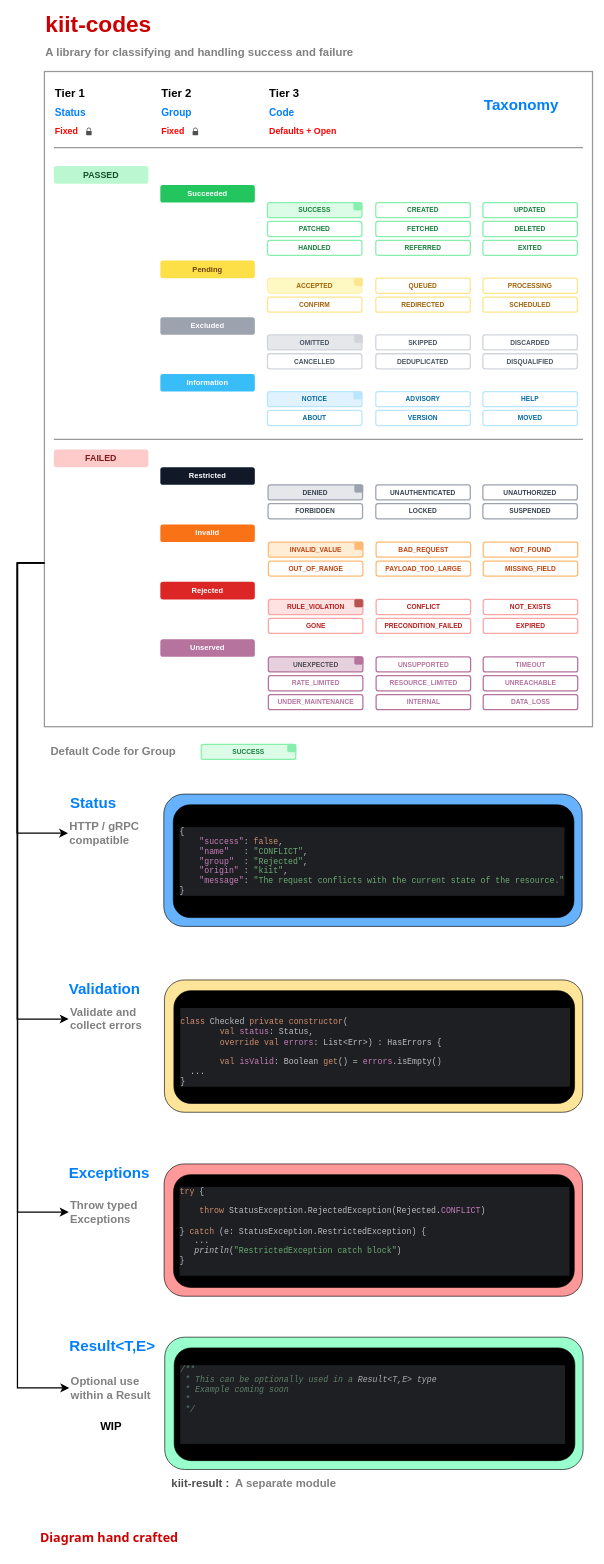
Earlier version of the draw.io diagram assets/kiit-codes.drawio (slatekit/kiit-codes). Source tidied: cells renumbered, new cells numbered last; positions are measured from the earlier drawing's top-left corner, leaving out a move shared by most shapes. Both pictures are drawn from the tidied source at 63%, with x=0, y=0 at pixel (17, 14).
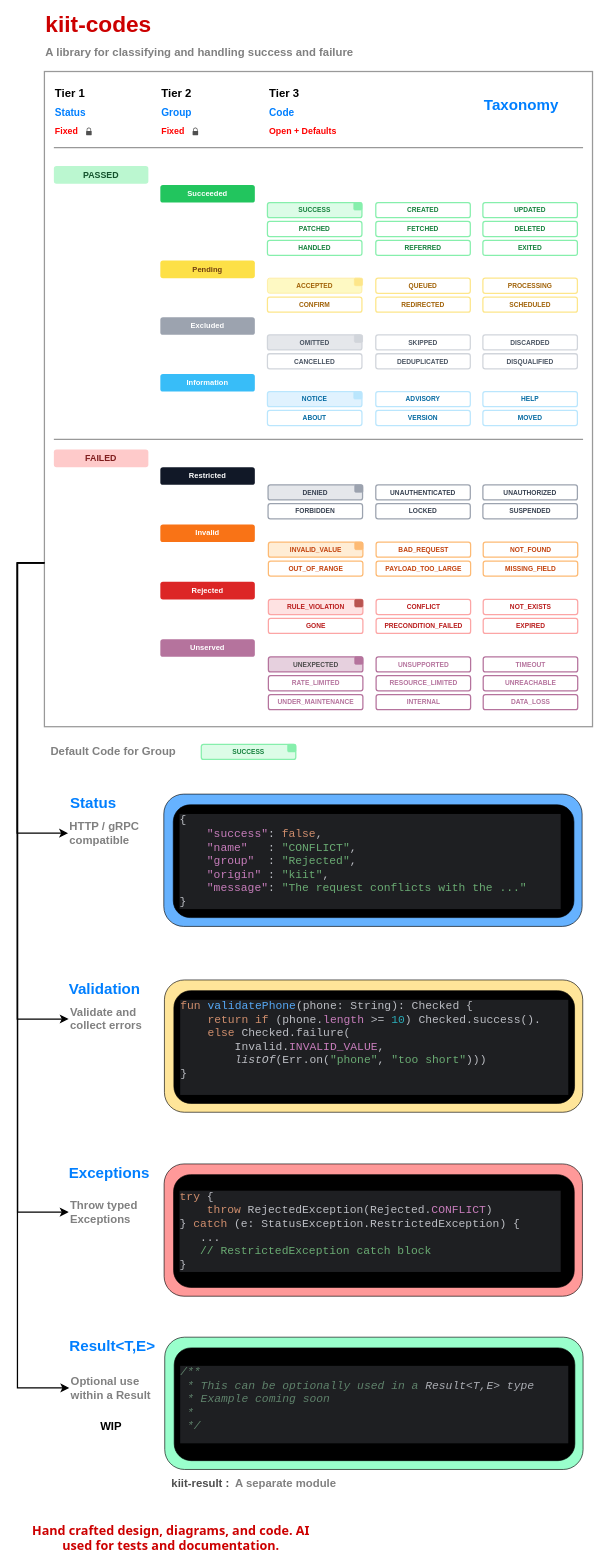
The same page after the edit.

Unchanged cells that the change refers to:
```xml
<mxCell id="83" style="group;" parent="1" vertex="1">
  <mxGeometry x="232.5" y="1237" width="664" height="210" as="geometry" />
</mxCell>
<mxCell id="88" style="group;" parent="1" vertex="1">
  <mxGeometry x="233.5" y="1532" width="664" height="210" as="geometry" />
</mxCell>
<mxCell id="93" style="group;" parent="1" vertex="1">
  <mxGeometry x="233" y="1824" width="664" height="210" as="geometry" />
</mxCell>
<mxCell id="101" style="group;" parent="1" vertex="1">
  <mxGeometry x="234" y="2099" width="664" height="210" as="geometry" />
</mxCell>
```

The edit, as a diff of the source:
```diff
@@
-    <mxCell id="75" value="&lt;font color=&quot;#ff0000&quot;&gt;&lt;span style=&quot;font-size: 14px;&quot;&gt;&lt;b&gt;Defaults + Open&lt;/b&gt;&lt;/span&gt;&lt;/font&gt;" style="text;html=1;whiteSpace=wrap;strokeColor=none;fillColor=none;align=left;verticalAlign=middle;rounded=0;" parent="1" vertex="1">
+    <mxCell id="75" value="&lt;font color=&quot;#ff0000&quot;&gt;&lt;span style=&quot;font-size: 14px;&quot;&gt;&lt;b&gt;Open + Defaults&lt;/b&gt;&lt;/span&gt;&lt;/font&gt;" style="text;html=1;whiteSpace=wrap;strokeColor=none;fillColor=none;align=left;verticalAlign=middle;rounded=0;" parent="1" vertex="1">
       <mxGeometry x="398" y="170" width="160" height="30" as="geometry" />
     </mxCell>
@@
-    <mxCell id="85" value="&lt;div style=&quot;background-color: rgb(30, 31, 34); color: rgb(188, 190, 196);&quot;&gt;&lt;pre style=&quot;font-family:'JetBrains Mono',monospace;font-size:9.8pt;&quot;&gt;&lt;div&gt;&lt;pre style=&quot;font-family:'JetBrains Mono',monospace;font-size:9.8pt;&quot;&gt;{&lt;br&gt;    &lt;span style=&quot;color:#c77dbb;&quot;&gt;&quot;success&quot;&lt;/span&gt;: &lt;span style=&quot;color:#cf8e6d;&quot;&gt;false&lt;/span&gt;,&lt;br&gt;    &lt;span style=&quot;color:#c77dbb;&quot;&gt;&quot;name&quot;   &lt;/span&gt;: &lt;span style=&quot;color:#6aab73;&quot;&gt;&quot;CONFLICT&quot;&lt;/span&gt;,&lt;br&gt;    &lt;span style=&quot;color:#c77dbb;&quot;&gt;&quot;group&quot;  &lt;/span&gt;: &lt;span style=&quot;color:#6aab73;&quot;&gt;&quot;Rejected&quot;&lt;/span&gt;,&lt;br&gt;    &lt;span style=&quot;color:#c77dbb;&quot;&gt;&quot;origin&quot; &lt;/span&gt;: &lt;span style=&quot;color:#6aab73;&quot;&gt;&quot;kiit&quot;&lt;/span&gt;,&lt;br&gt;    &lt;span style=&quot;color:#c77dbb;&quot;&gt;&quot;message&quot;&lt;/span&gt;: &lt;span style=&quot;color:#6aab73;&quot;&gt;&quot;The request conflicts with the current state of the resource.&quot;&lt;br&gt;&lt;/span&gt;}&lt;/pre&gt;&lt;/div&gt;&lt;/pre&gt;&lt;/div&gt;" style="rounded=1;whiteSpace=wrap;html=1;fillColor=#000000;fontColor=#FFFFFF;align=left;spacingTop=0;spacingLeft=0;spacingRight=0;spacingBottom=0;spacing=10;" parent="83" vertex="1">
+    <mxCell id="85" value="&lt;div style=&quot;background-color: rgb(30, 31, 34); color: rgb(188, 190, 196);&quot;&gt;&lt;pre style=&quot;font-family: &amp;quot;JetBrains Mono&amp;quot;, monospace;&quot;&gt;&lt;div style=&quot;&quot;&gt;&lt;pre style=&quot;font-family: &amp;quot;JetBrains Mono&amp;quot;, monospace;&quot;&gt;&lt;font style=&quot;font-size: 18px;&quot;&gt;{&lt;br&gt;    &lt;span style=&quot;color: rgb(199, 125, 187);&quot;&gt;&quot;success&quot;&lt;/span&gt;: &lt;span style=&quot;color: rgb(207, 142, 109);&quot;&gt;false&lt;/span&gt;,&lt;br&gt;    &lt;span style=&quot;color: rgb(199, 125, 187);&quot;&gt;&quot;name&quot;   &lt;/span&gt;: &lt;span style=&quot;color: rgb(106, 171, 115);&quot;&gt;&quot;CONFLICT&quot;&lt;/span&gt;,&lt;br&gt;    &lt;span style=&quot;color: rgb(199, 125, 187);&quot;&gt;&quot;group&quot;  &lt;/span&gt;: &lt;span style=&quot;color: rgb(106, 171, 115);&quot;&gt;&quot;Rejected&quot;&lt;/span&gt;,&lt;br&gt;    &lt;span style=&quot;color: rgb(199, 125, 187);&quot;&gt;&quot;origin&quot; &lt;/span&gt;: &lt;span style=&quot;color: rgb(106, 171, 115);&quot;&gt;&quot;kiit&quot;&lt;/span&gt;,&lt;br&gt;    &lt;span style=&quot;color: rgb(199, 125, 187);&quot;&gt;&quot;message&quot;&lt;/span&gt;: &lt;span style=&quot;color: rgb(106, 171, 115);&quot;&gt;&quot;The request conflicts with the ...&quot;     &lt;br&gt;&lt;/span&gt;}&lt;/font&gt;&lt;/pre&gt;&lt;/div&gt;&lt;/pre&gt;&lt;/div&gt;" style="rounded=1;whiteSpace=wrap;html=1;fillColor=#000000;fontColor=#FFFFFF;align=left;spacingTop=0;spacingLeft=0;spacingRight=0;spacingBottom=0;spacing=10;" parent="83" vertex="1">
       <mxGeometry x="15" y="17" width="636" height="179" as="geometry" />
     </mxCell>
@@
-    <mxCell id="90" value="&lt;div style=&quot;background-color: rgb(30, 31, 34); color: rgb(188, 190, 196);&quot;&gt;&lt;pre style=&quot;font-family:'JetBrains Mono',monospace;font-size:9.8pt;&quot;&gt;&lt;pre style=&quot;font-family:'JetBrains Mono',monospace;font-size:9.8pt;&quot;&gt;&lt;div&gt;&lt;pre style=&quot;font-family:'JetBrains Mono',monospace;font-size:9.8pt;&quot;&gt;&lt;span style=&quot;color: rgb(207, 142, 109);&quot;&gt;&lt;br&gt;class &lt;/span&gt;Checked &lt;span style=&quot;color: rgb(207, 142, 109);&quot;&gt;private constructor&lt;/span&gt;(&lt;br&gt;&lt;span style=&quot;color: rgb(207, 142, 109);&quot;&gt;&lt;span style=&quot;white-space: pre;&quot;&gt;&#9;&lt;/span&gt;val &lt;/span&gt;&lt;span style=&quot;color: rgb(199, 125, 187);&quot;&gt;status&lt;/span&gt;: Status, &lt;br&gt;&lt;span style=&quot;color: rgb(207, 142, 109);&quot;&gt;&lt;span style=&quot;white-space: pre;&quot;&gt;&#9;&lt;/span&gt;override val &lt;/span&gt;&lt;span style=&quot;color: rgb(199, 125, 187);&quot;&gt;errors&lt;/span&gt;: List&amp;lt;Err&amp;gt;) : HasErrors {                          &lt;br&gt;    &lt;br&gt;&lt;span style=&quot;color: rgb(207, 142, 109);&quot;&gt;&lt;span style=&quot;white-space: pre;&quot;&gt;&#9;&lt;/span&gt;val &lt;/span&gt;&lt;span style=&quot;color: rgb(199, 125, 187);&quot;&gt;isValid&lt;/span&gt;: Boolean &lt;span style=&quot;color: rgb(207, 142, 109);&quot;&gt;get&lt;/span&gt;() = &lt;span style=&quot;color: rgb(199, 125, 187);&quot;&gt;errors&lt;/span&gt;.isEmpty()&lt;br&gt;  ...&lt;br&gt;}&lt;/pre&gt;&lt;/div&gt;&lt;/pre&gt;&lt;/pre&gt;&lt;/div&gt;" style="rounded=1;whiteSpace=wrap;html=1;fillColor=#000000;fontColor=#FFFFFF;align=left;spacingTop=0;spacingLeft=0;spacingRight=0;spacingBottom=0;spacing=10;" parent="88" vertex="1">
+    <mxCell id="90" value="&lt;div style=&quot;background-color: rgb(30, 31, 34); color: rgb(188, 190, 196);&quot;&gt;&lt;pre style=&quot;font-family: &amp;quot;JetBrains Mono&amp;quot;, monospace;&quot;&gt;&lt;pre style=&quot;font-family: &amp;quot;JetBrains Mono&amp;quot;, monospace;&quot;&gt;&lt;pre style=&quot;font-family: &amp;quot;JetBrains Mono&amp;quot;, monospace;&quot;&gt;&lt;div style=&quot;&quot;&gt;&lt;pre style=&quot;font-family: &amp;quot;JetBrains Mono&amp;quot;, monospace;&quot;&gt;&lt;div&gt;&lt;pre style=&quot;font-family: &amp;quot;JetBrains Mono&amp;quot;, monospace;&quot;&gt;&lt;font style=&quot;font-size: 18px;&quot;&gt;&lt;span style=&quot;color: rgb(207, 142, 109);&quot;&gt;fun &lt;/span&gt;&lt;span style=&quot;color: rgb(86, 168, 245);&quot;&gt;validatePhone&lt;/span&gt;(phone: String): Checked {&lt;br&gt;    &lt;span style=&quot;color: rgb(207, 142, 109);&quot;&gt;return if &lt;/span&gt;(phone.&lt;span style=&quot;color: rgb(199, 125, 187);&quot;&gt;length &lt;/span&gt;&amp;gt;= &lt;span style=&quot;color: rgb(42, 172, 184);&quot;&gt;10&lt;/span&gt;) Checked.success().    &lt;br&gt;    &lt;span style=&quot;color: rgb(207, 142, 109);&quot;&gt;else &lt;/span&gt;Checked.failure(&lt;br&gt;        Invalid.&lt;span style=&quot;color: rgb(199, 125, 187);&quot;&gt;INVALID_VALUE&lt;/span&gt;,&lt;br&gt;        &lt;span style=&quot;font-style: italic;&quot;&gt;listOf&lt;/span&gt;(Err.on(&lt;span style=&quot;color: rgb(106, 171, 115);&quot;&gt;&quot;phone&quot;&lt;/span&gt;, &lt;span style=&quot;color: rgb(106, 171, 115);&quot;&gt;&quot;too short&quot;&lt;/span&gt;)))&lt;br&gt;}&lt;br&gt;&lt;br&gt;&lt;/font&gt;&lt;/pre&gt;&lt;/div&gt;&lt;/pre&gt;&lt;/div&gt;&lt;/pre&gt;&lt;/pre&gt;&lt;/pre&gt;&lt;/div&gt;" style="rounded=1;whiteSpace=wrap;html=1;fillColor=#000000;fontColor=#FFFFFF;align=left;spacingTop=0;spacingLeft=0;spacingRight=0;spacingBottom=0;spacing=10;" parent="88" vertex="1">
       <mxGeometry x="15" y="17" width="636" height="179" as="geometry" />
     </mxCell>
@@
-    <mxCell id="95" value="&lt;div style=&quot;background-color: rgb(30, 31, 34); color: rgb(188, 190, 196);&quot;&gt;&lt;pre style=&quot;font-family:'JetBrains Mono',monospace;font-size:9.8pt;&quot;&gt;&lt;pre style=&quot;font-family:'JetBrains Mono',monospace;font-size:9.8pt;&quot;&gt;&lt;pre style=&quot;font-family:'JetBrains Mono',monospace;font-size:9.8pt;&quot;&gt;&lt;div&gt;&lt;pre style=&quot;font-family:'JetBrains Mono',monospace;font-size:9.8pt;&quot;&gt;&lt;span style=&quot;color: rgb(207, 142, 109);&quot;&gt;try &lt;/span&gt;{&lt;br&gt;&lt;br&gt;    &lt;span style=&quot;color: rgb(207, 142, 109);&quot;&gt;throw &lt;/span&gt;StatusException.RejectedException(Rejected.&lt;span style=&quot;color: rgb(199, 125, 187);&quot;&gt;CONFLICT&lt;/span&gt;)                 &lt;br&gt;&lt;br&gt;} &lt;span style=&quot;color: rgb(207, 142, 109);&quot;&gt;catch &lt;/span&gt;(e: StatusException.RestrictedException) {&lt;br&gt;   ... &lt;br&gt;&lt;span style=&quot;font-style:italic;&quot;&gt;   println&lt;/span&gt;(&lt;span style=&quot;color: rgb(106, 171, 115);&quot;&gt;&quot;RestrictedException catch block&quot;&lt;/span&gt;)&lt;br&gt;}&lt;br&gt;&lt;br&gt;&lt;/pre&gt;&lt;/div&gt;&lt;/pre&gt;&lt;/pre&gt;&lt;/pre&gt;&lt;/div&gt;" style="rounded=1;whiteSpace=wrap;html=1;fillColor=#000000;fontColor=#FFFFFF;align=left;spacingTop=0;spacingLeft=0;spacingRight=0;spacingBottom=0;spacing=10;" parent="93" vertex="1">
+    <mxCell id="95" value="&lt;div style=&quot;background-color: rgb(30, 31, 34); color: rgb(188, 190, 196);&quot;&gt;&lt;pre style=&quot;font-family: &amp;quot;JetBrains Mono&amp;quot;, monospace;&quot;&gt;&lt;pre style=&quot;font-family: &amp;quot;JetBrains Mono&amp;quot;, monospace;&quot;&gt;&lt;pre style=&quot;font-family: &amp;quot;JetBrains Mono&amp;quot;, monospace;&quot;&gt;&lt;div style=&quot;&quot;&gt;&lt;pre style=&quot;font-family: &amp;quot;JetBrains Mono&amp;quot;, monospace;&quot;&gt;&lt;font style=&quot;font-size: 18px;&quot;&gt;&lt;span style=&quot;color: rgb(207, 142, 109);&quot;&gt;try &lt;/span&gt;{&lt;br&gt;    &lt;span style=&quot;color: rgb(207, 142, 109);&quot;&gt;throw &lt;/span&gt;RejectedException(Rejected.&lt;span style=&quot;color: rgb(199, 125, 187);&quot;&gt;CONFLICT&lt;/span&gt;)          &lt;br&gt;} &lt;span style=&quot;color: rgb(207, 142, 109);&quot;&gt;catch &lt;/span&gt;(e: StatusException.RestrictedException) {&lt;br&gt;   ... &lt;br&gt;&lt;span style=&quot;font-style: italic;&quot;&gt;   &lt;/span&gt;&lt;span style=&quot;color: rgb(106, 171, 115);&quot;&gt;// RestrictedException catch block&lt;/span&gt;&lt;br&gt;}&lt;/font&gt;&lt;span style=&quot;font-size: 9.8pt;&quot;&gt;&lt;br&gt;&lt;/span&gt;&lt;/pre&gt;&lt;/div&gt;&lt;/pre&gt;&lt;/pre&gt;&lt;/pre&gt;&lt;/div&gt;" style="rounded=1;whiteSpace=wrap;html=1;fillColor=#000000;fontColor=#FFFFFF;align=left;spacingTop=0;spacingLeft=0;spacingRight=0;spacingBottom=0;spacing=10;" parent="93" vertex="1">
       <mxGeometry x="15" y="17" width="636" height="179" as="geometry" />
     </mxCell>
@@
-    <mxCell id="103" value="&lt;div style=&quot;background-color: rgb(30, 31, 34); color: rgb(188, 190, 196);&quot;&gt;&lt;pre style=&quot;font-family: &amp;quot;JetBrains Mono&amp;quot;, monospace; font-size: 9.8pt;&quot;&gt;&lt;pre style=&quot;font-family: &amp;quot;JetBrains Mono&amp;quot;, monospace; font-size: 9.8pt;&quot;&gt;&lt;pre style=&quot;font-family: &amp;quot;JetBrains Mono&amp;quot;, monospace; font-size: 9.8pt;&quot;&gt;&lt;div style=&quot;&quot;&gt;&lt;pre style=&quot;font-family: &amp;quot;JetBrains Mono&amp;quot;, monospace; font-size: 9.8pt;&quot;&gt;&lt;div&gt;&lt;pre style=&quot;font-family:'JetBrains Mono',monospace;font-size:9.8pt;&quot;&gt;&lt;span style=&quot;color:#5f826b;font-style:italic;&quot;&gt;/**&lt;br&gt;&lt;/span&gt;&lt;span style=&quot;color:#5f826b;font-style:italic;&quot;&gt; * This can be optionally used in a &lt;/span&gt;&lt;span style=&quot;color:#abadb3;font-style:italic;&quot;&gt;Result&amp;lt;T,E&amp;gt; type                          &lt;/span&gt;&lt;span style=&quot;color:#5f826b;font-style:italic;&quot;&gt;&lt;br&gt; * Example coming soon&lt;br&gt;&lt;/span&gt;&lt;span style=&quot;color:#5f826b;font-style:italic;&quot;&gt; *&lt;/span&gt;&lt;span style=&quot;color:#5f826b;font-style:italic;&quot;&gt;&lt;br&gt;&lt;/span&gt;&lt;span style=&quot;color:#5f826b;font-style:italic;&quot;&gt; */&lt;br&gt;&lt;br&gt;&lt;br&gt;&lt;br&gt;&lt;/span&gt;&lt;/pre&gt;&lt;/div&gt;&lt;/pre&gt;&lt;/div&gt;&lt;/pre&gt;&lt;/pre&gt;&lt;/pre&gt;&lt;/div&gt;" style="rounded=1;whiteSpace=wrap;html=1;fillColor=#000000;fontColor=#FFFFFF;align=left;spacingTop=0;spacingLeft=0;spacingRight=0;spacingBottom=0;spacing=10;" parent="101" vertex="1">
+    <mxCell id="103" value="&lt;div style=&quot;background-color: rgb(30, 31, 34); color: rgb(188, 190, 196);&quot;&gt;&lt;pre style=&quot;font-family: &amp;quot;JetBrains Mono&amp;quot;, monospace;&quot;&gt;&lt;pre style=&quot;font-family: &amp;quot;JetBrains Mono&amp;quot;, monospace;&quot;&gt;&lt;pre style=&quot;font-family: &amp;quot;JetBrains Mono&amp;quot;, monospace;&quot;&gt;&lt;div style=&quot;&quot;&gt;&lt;pre style=&quot;font-family: &amp;quot;JetBrains Mono&amp;quot;, monospace;&quot;&gt;&lt;div style=&quot;&quot;&gt;&lt;pre style=&quot;font-family: &amp;quot;JetBrains Mono&amp;quot;, monospace;&quot;&gt;&lt;font style=&quot;font-size: 18px;&quot;&gt;&lt;span style=&quot;color: rgb(95, 130, 107); font-style: italic;&quot;&gt;/**&lt;br&gt;&lt;/span&gt;&lt;span style=&quot;color: rgb(95, 130, 107); font-style: italic;&quot;&gt; * This can be optionally used in a &lt;/span&gt;&lt;span style=&quot;color: rgb(171, 173, 179); font-style: italic;&quot;&gt;Result&amp;lt;T,E&amp;gt; type     &lt;/span&gt;&lt;span style=&quot;color: rgb(95, 130, 107); font-style: italic;&quot;&gt;&lt;br&gt; * Example coming soon&lt;br&gt;&lt;/span&gt;&lt;span style=&quot;color: rgb(95, 130, 107); font-style: italic;&quot;&gt; *&lt;/span&gt;&lt;span style=&quot;color: rgb(95, 130, 107); font-style: italic;&quot;&gt;&lt;br&gt;&lt;/span&gt;&lt;/font&gt;&lt;span style=&quot;color: rgb(95, 130, 107); font-style: italic;&quot;&gt;&lt;font style=&quot;font-size: 18px;&quot;&gt; */&lt;br&gt;&lt;/font&gt;&lt;span style=&quot;font-size: 9.8pt;&quot;&gt;&lt;br&gt;&lt;/span&gt;&lt;/span&gt;&lt;/pre&gt;&lt;/div&gt;&lt;/pre&gt;&lt;/div&gt;&lt;/pre&gt;&lt;/pre&gt;&lt;/pre&gt;&lt;/div&gt;" style="rounded=1;whiteSpace=wrap;html=1;fillColor=#000000;fontColor=#FFFFFF;align=left;spacingTop=0;spacingLeft=0;spacingRight=0;spacingBottom=0;spacing=10;" parent="101" vertex="1">
       <mxGeometry x="15" y="17" width="636" height="179" as="geometry" />
     </mxCell>
@@
-    <mxCell id="117" value="&lt;font style=&quot;font-size: 20px;&quot;&gt;&lt;b style=&quot;color: rgb(204, 0, 0);&quot;&gt;Diagram hand crafted&lt;/b&gt;&lt;/font&gt;" style="text;html=1;whiteSpace=wrap;strokeColor=none;fillColor=none;align=center;verticalAlign=middle;rounded=0;fontFamily=Tahoma;" parent="1" vertex="1">
-      <mxGeometry x="22" y="2395" width="248" height="43" as="geometry" />
+    <mxCell id="117" value="&lt;font style=&quot;font-size: 20px;&quot;&gt;&lt;b style=&quot;color: rgb(204, 0, 0);&quot;&gt;Hand crafted design, diagrams, and code. AI used for tests and documentation.&lt;/b&gt;&lt;/font&gt;" style="text;html=1;whiteSpace=wrap;strokeColor=none;fillColor=none;align=center;verticalAlign=middle;rounded=0;fontFamily=Tahoma;" parent="1" vertex="1">
+      <mxGeometry x="22" y="2395" width="444" height="43" as="geometry" />
     </mxCell>
```
